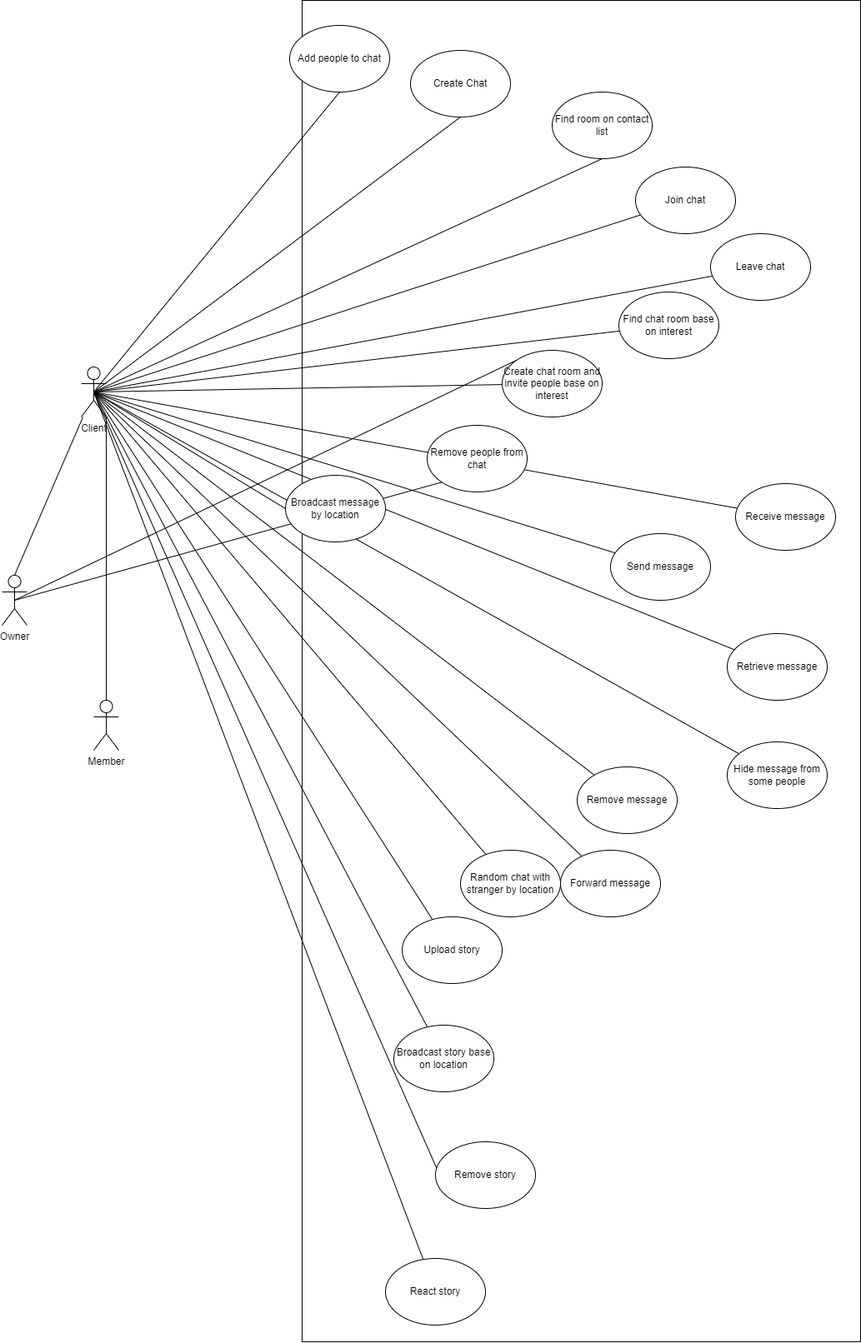
longdonguyenhung/microservice-chat-app keeps this draw.io diagram as Chat-App-Use-Case.drawio.png. Above is the earlier version. Source tidied: cells renumbered, new cells last; positions are measured from the earlier drawing's top-left corner, leaving out a move shared by most shapes.
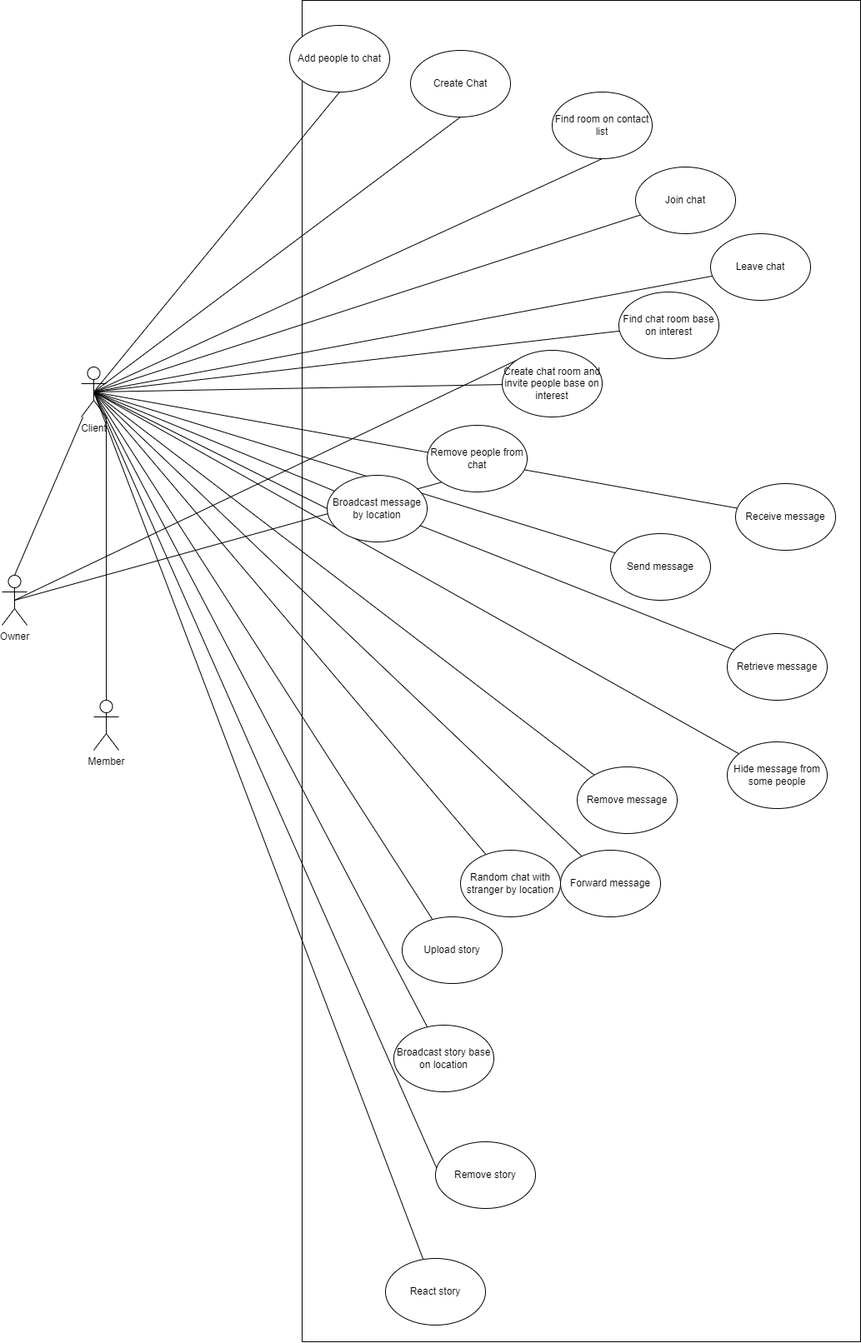
Later version of the same file.

Change to the diagram source:
```diff
@@ -32,7 +32,7 @@
     <mxCell id="11" style="edgeStyle=none;rounded=0;jettySize=auto;html=1;exitX=0.5;exitY=0.5;exitDx=0;exitDy=0;exitPerimeter=0;endArrow=none;endFill=0;" parent="1" edge="1" source="22" target="35">
       <mxGeometry relative="1" as="geometry" />
     </mxCell>
-    <mxCell id="12" style="edgeStyle=none;rounded=0;jettySize=auto;html=1;exitX=0.5;exitY=0.5;exitDx=0;exitDy=0;exitPerimeter=0;endArrow=none;endFill=0;" parent="1" edge="1" source="22" target="36">
+    <mxCell id="12" style="edgeStyle=none;rounded=0;jettySize=auto;html=1;exitX=0.5;exitY=0.5;exitDx=0;exitDy=0;exitPerimeter=0;endArrow=none;endFill=0;startArrow=none;" parent="1" edge="1" source="40" target="36">
       <mxGeometry relative="1" as="geometry" />
     </mxCell>
     <mxCell id="13" style="edgeStyle=none;rounded=0;jettySize=auto;html=1;exitX=0.5;exitY=0.5;exitDx=0;exitDy=0;exitPerimeter=0;endArrow=none;endFill=0;" parent="1" edge="1" source="22" target="39">
@@ -116,9 +116,6 @@
     <mxCell id="39" value="Hide message from some people" style="ellipse;whiteSpace=wrap;html=1;" parent="1" vertex="1">
       <mxGeometry x="870" y="890" width="120" height="80" as="geometry" />
     </mxCell>
-    <mxCell id="40" value="Broadcast message&lt;br&gt;by location" style="ellipse;whiteSpace=wrap;html=1;" parent="1" vertex="1">
-      <mxGeometry x="340" y="570" width="120" height="80" as="geometry" />
-    </mxCell>
     <mxCell id="41" value="Random chat with stranger by location" style="ellipse;whiteSpace=wrap;html=1;" parent="1" vertex="1">
       <mxGeometry x="550" y="1020" width="120" height="80" as="geometry" />
     </mxCell>
@@ -143,5 +140,11 @@
     <mxCell id="48" value="React story&lt;br&gt;" style="ellipse;whiteSpace=wrap;html=1;" parent="1" vertex="1">
       <mxGeometry x="460" y="1510" width="120" height="80" as="geometry" />
     </mxCell>
+    <mxCell id="40" value="Broadcast message&lt;br&gt;by location" style="ellipse;whiteSpace=wrap;html=1;" parent="1" vertex="1">
+      <mxGeometry x="390" y="570" width="120" height="80" as="geometry" />
+    </mxCell>
+    <mxCell id="49" style="edgeStyle=none;rounded=0;jettySize=auto;html=1;exitX=0.5;exitY=0.5;exitDx=0;exitDy=0;exitPerimeter=0;endArrow=none;endFill=0;" parent="1" edge="1" source="22" target="40">
+      <mxGeometry relative="1" as="geometry" />
+    </mxCell>
   </root>
 </mxGraphModel>
```
